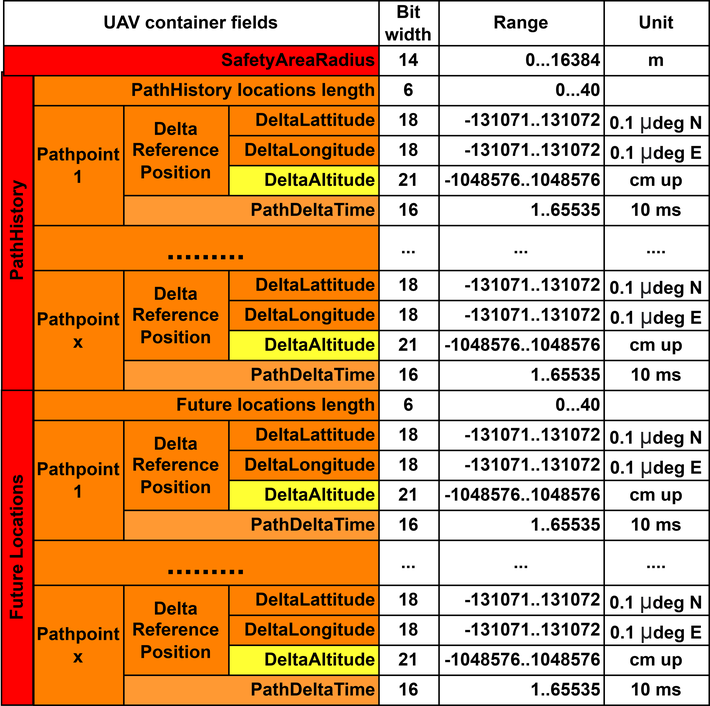
The draw.io diagram uav_cam/protocol_stack_uav_container.drawio.png in sandaruwanjayaweera/v2xplus, before a commit. Source tidied: cells renumbered, new cells last; positions are measured from the earlier drawing's top-left corner, leaving out a move shared by most shapes.
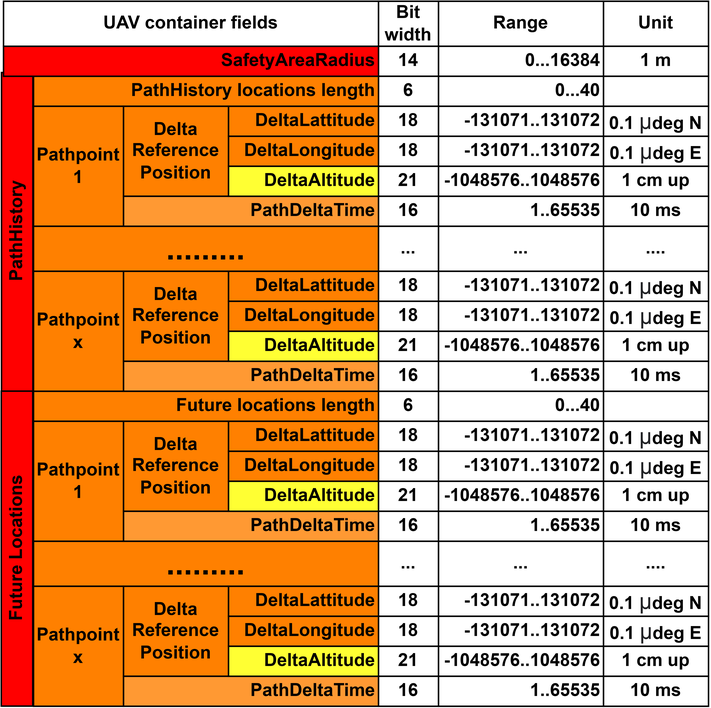
Later version of the same file.

Change to the diagram source:
```diff
@@ -233,7 +233,7 @@
     <mxCell id="78" value="Unit" style="rounded=0;whiteSpace=wrap;html=1;align=center;fillColor=#FFFFFF;fontStyle=1;" parent="1" vertex="1">
       <mxGeometry x="497" width="70" height="30" as="geometry" />
     </mxCell>
-    <mxCell id="79" value="m" style="rounded=0;whiteSpace=wrap;html=1;align=center;fillColor=#FFFFFF;fontStyle=1;" parent="1" vertex="1">
+    <mxCell id="79" value="1 m" style="rounded=0;whiteSpace=wrap;html=1;align=center;fillColor=#FFFFFF;fontStyle=1;" parent="1" vertex="1">
       <mxGeometry x="497" y="30" width="70" height="20" as="geometry" />
     </mxCell>
     <mxCell id="80" style="rounded=0;whiteSpace=wrap;html=1;align=center;fillColor=#FFFFFF;fontStyle=1;" parent="1" vertex="1">
@@ -245,7 +245,7 @@
     <mxCell id="82" value="&lt;span&gt;0.1&amp;nbsp;&lt;/span&gt;&lt;span style=&quot;color: rgb(32 , 33 , 36) ; font-family: &amp;#34;arial&amp;#34; , sans-serif ; font-weight: 400 ; text-align: left ; background-color: rgb(255 , 255 , 255)&quot;&gt;&lt;font style=&quot;font-size: 15px&quot;&gt;µ&lt;/font&gt;&lt;/span&gt;&lt;span&gt;deg E&lt;/span&gt;" style="rounded=0;whiteSpace=wrap;html=1;align=center;fillColor=#FFFFFF;fontStyle=1;" parent="1" vertex="1">
       <mxGeometry x="497" y="90" width="70" height="20" as="geometry" />
     </mxCell>
-    <mxCell id="83" value="cm up" style="rounded=0;whiteSpace=wrap;html=1;align=center;fillColor=#FFFFFF;fontStyle=1;" parent="1" vertex="1">
+    <mxCell id="83" value="1 cm up" style="rounded=0;whiteSpace=wrap;html=1;align=center;fillColor=#FFFFFF;fontStyle=1;" parent="1" vertex="1">
       <mxGeometry x="497" y="110" width="70" height="20" as="geometry" />
     </mxCell>
     <mxCell id="84" value="10 ms" style="rounded=0;whiteSpace=wrap;html=1;align=center;fillColor=#FFFFFF;fontStyle=1;" parent="1" vertex="1">
@@ -266,7 +266,7 @@
     <mxCell id="89" value="&lt;span&gt;0.1&amp;nbsp;&lt;/span&gt;&lt;span style=&quot;color: rgb(32 , 33 , 36) ; font-family: &amp;#34;arial&amp;#34; , sans-serif ; font-weight: 400 ; text-align: left ; background-color: rgb(255 , 255 , 255)&quot;&gt;&lt;font style=&quot;font-size: 15px&quot;&gt;µ&lt;/font&gt;&lt;/span&gt;&lt;span&gt;deg E&lt;/span&gt;" style="rounded=0;whiteSpace=wrap;html=1;align=center;fillColor=#FFFFFF;fontStyle=1;" parent="1" vertex="1">
       <mxGeometry x="497" y="410" width="70" height="20" as="geometry" />
     </mxCell>
-    <mxCell id="90" value="cm up" style="rounded=0;whiteSpace=wrap;html=1;align=center;fillColor=#FFFFFF;fontStyle=1;" parent="1" vertex="1">
+    <mxCell id="90" value="1 cm up" style="rounded=0;whiteSpace=wrap;html=1;align=center;fillColor=#FFFFFF;fontStyle=1;" parent="1" vertex="1">
       <mxGeometry x="497" y="430" width="70" height="20" as="geometry" />
     </mxCell>
     <mxCell id="91" value="10 ms" style="rounded=0;whiteSpace=wrap;html=1;align=center;fillColor=#FFFFFF;fontStyle=1;" parent="1" vertex="1">
@@ -278,7 +278,7 @@
     <mxCell id="93" value="&lt;span&gt;0.1&amp;nbsp;&lt;/span&gt;&lt;span style=&quot;color: rgb(32 , 33 , 36) ; font-family: &amp;#34;arial&amp;#34; , sans-serif ; font-weight: 400 ; text-align: left ; background-color: rgb(255 , 255 , 255)&quot;&gt;&lt;font style=&quot;font-size: 15px&quot;&gt;µ&lt;/font&gt;&lt;/span&gt;&lt;span&gt;deg E&lt;/span&gt;" style="rounded=0;whiteSpace=wrap;html=1;align=center;fillColor=#FFFFFF;fontStyle=1;" parent="1" vertex="1">
       <mxGeometry x="497" y="200" width="70" height="20" as="geometry" />
     </mxCell>
-    <mxCell id="94" value="cm up" style="rounded=0;whiteSpace=wrap;html=1;align=center;fillColor=#FFFFFF;fontStyle=1;" parent="1" vertex="1">
+    <mxCell id="94" value="1 cm up" style="rounded=0;whiteSpace=wrap;html=1;align=center;fillColor=#FFFFFF;fontStyle=1;" parent="1" vertex="1">
       <mxGeometry x="497" y="220" width="70" height="20" as="geometry" />
     </mxCell>
     <mxCell id="95" value="10 ms" style="rounded=0;whiteSpace=wrap;html=1;align=center;fillColor=#FFFFFF;fontStyle=1;" parent="1" vertex="1">
@@ -290,7 +290,7 @@
     <mxCell id="97" value="&lt;span&gt;0.1&amp;nbsp;&lt;/span&gt;&lt;span style=&quot;color: rgb(32 , 33 , 36) ; font-family: &amp;#34;arial&amp;#34; , sans-serif ; font-weight: 400 ; text-align: left ; background-color: rgb(255 , 255 , 255)&quot;&gt;&lt;font style=&quot;font-size: 15px&quot;&gt;µ&lt;/font&gt;&lt;/span&gt;&lt;span&gt;deg E&lt;/span&gt;" style="rounded=0;whiteSpace=wrap;html=1;align=center;fillColor=#FFFFFF;fontStyle=1;" parent="1" vertex="1">
       <mxGeometry x="497" y="300" width="70" height="20" as="geometry" />
     </mxCell>
-    <mxCell id="98" value="cm up" style="rounded=0;whiteSpace=wrap;html=1;align=center;fillColor=#FFFFFF;fontStyle=1;" parent="1" vertex="1">
+    <mxCell id="98" value="1 cm up" style="rounded=0;whiteSpace=wrap;html=1;align=center;fillColor=#FFFFFF;fontStyle=1;" parent="1" vertex="1">
       <mxGeometry x="497" y="320" width="70" height="20" as="geometry" />
     </mxCell>
     <mxCell id="99" value="10 ms" style="rounded=0;whiteSpace=wrap;html=1;align=center;fillColor=#FFFFFF;fontStyle=1;" parent="1" vertex="1">
```
